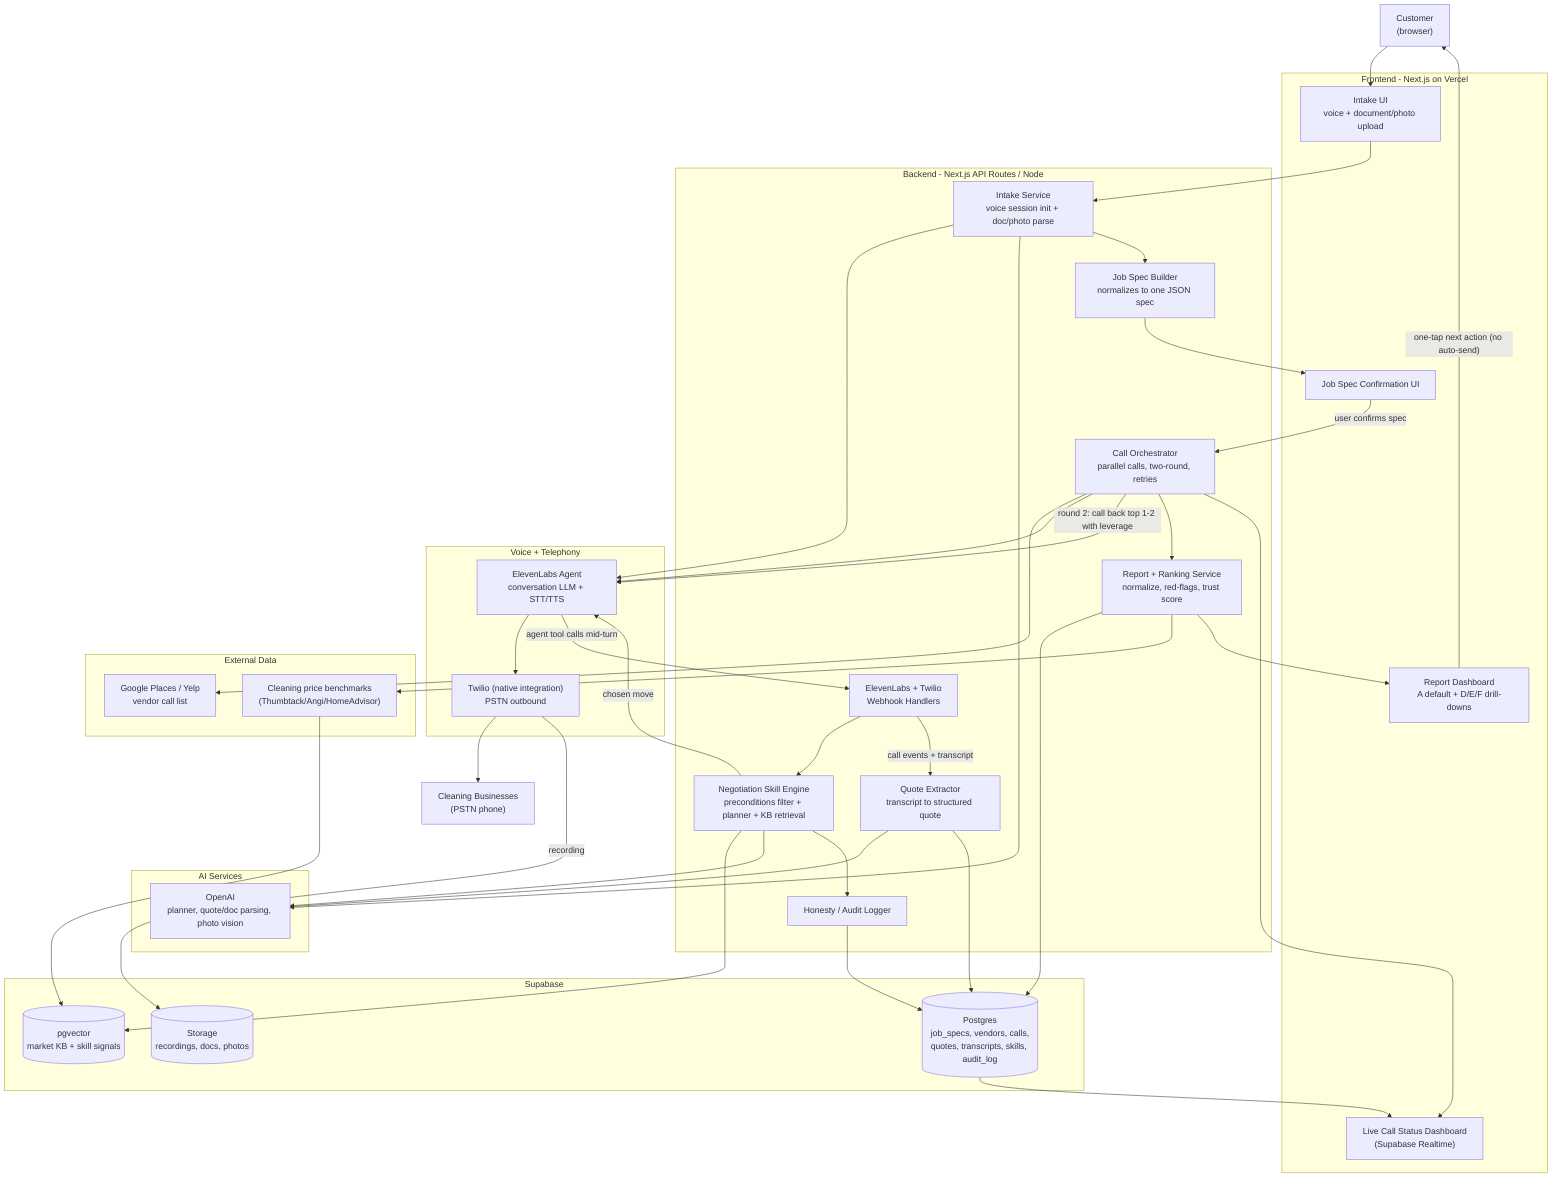
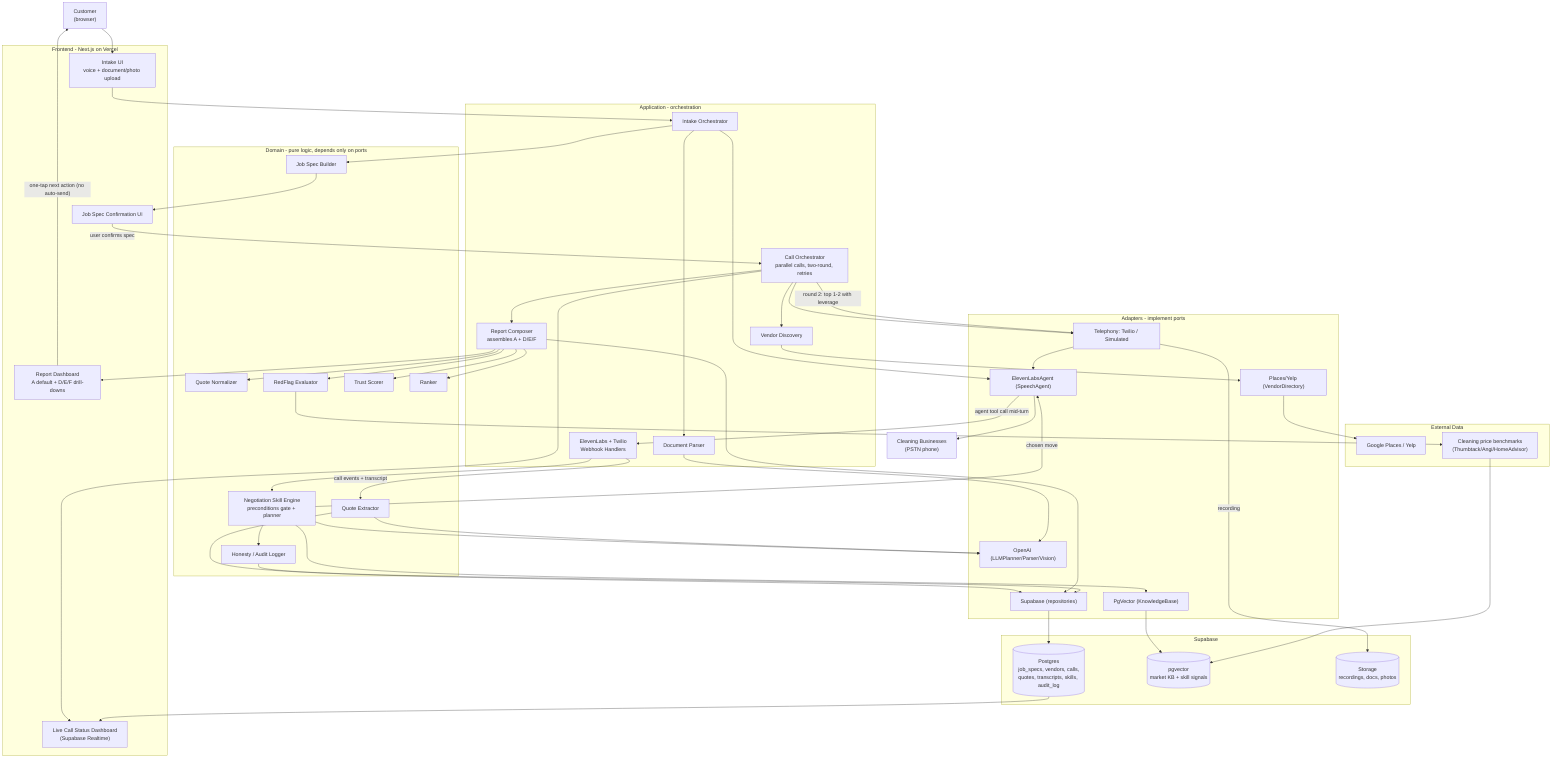
- %% The Negotiator - System Architecture (Container view)
+ %% The Negotiator - System Architecture (Runtime container view)
%% Stack: Next.js (TypeScript) on Vercel + Supabase (Postgres/pgvector/Storage)
%% Voice: ElevenLabs Agents + native Twilio integration | AI: OpenAI (planner/parsing/vision)
+ %% Design: pragmatic hexagonal - domain depends on ports; vendors are adapters (see module-dependency diagram below)

flowchart TB
    customer["Customer<br/>(browser)"]
    vendors["Cleaning Businesses<br/>(PSTN phone)"]

    subgraph frontend [Frontend - Next.js on Vercel]
        intakeUI["Intake UI<br/>voice + document/photo upload"]
        confirmUI["Job Spec Confirmation UI"]
        liveUI["Live Call Status Dashboard<br/>(Supabase Realtime)"]
        reportUI["Report Dashboard<br/>A default + D/E/F drill-downs"]
    end

-     subgraph backend [Backend - Next.js API Routes / Node]
-         intakeSvc["Intake Service<br/>voice session init + doc/photo parse"]
-         specBuilder["Job Spec Builder<br/>normalizes to one JSON spec"]
+     subgraph app [Application - orchestration]
+         intakeOrc["Intake Orchestrator"]
+         docParser["Document Parser"]
        orchestrator["Call Orchestrator<br/>parallel calls, two-round, retries"]
+         vendorDisc["Vendor Discovery"]
        webhooks["ElevenLabs + Twilio<br/>Webhook Handlers"]
-         skillEngine["Negotiation Skill Engine<br/>preconditions filter + planner + KB retrieval"]
-         quoteExtractor["Quote Extractor<br/>transcript to structured quote"]
-         reportSvc["Report + Ranking Service<br/>normalize, red-flags, trust score"]
+         composer["Report Composer<br/>assembles A + D/E/F"]
+     end
+ 
+     subgraph domain [Domain - pure logic, depends only on ports]
+         specBuilder["Job Spec Builder"]
+         skillEngine["Negotiation Skill Engine<br/>preconditions gate + planner"]
+         quoteExtractor["Quote Extractor"]
+         normalizer["Quote Normalizer"]
+         redflag["RedFlag Evaluator"]
+         trust["Trust Scorer"]
+         ranker["Ranker"]
        auditLog["Honesty / Audit Logger"]
    end

-     subgraph voice [Voice + Telephony]
-         elevenAgent["ElevenLabs Agent<br/>conversation LLM + STT/TTS"]
-         twilio["Twilio (native integration)<br/>PSTN outbound"]
-     end
- 
-     subgraph ai [AI Services]
-         openai["OpenAI<br/>planner, quote/doc parsing, photo vision"]
+     subgraph adapters [Adapters - implement ports]
+         elevenAd["ElevenLabsAgent (SpeechAgent)"]
+         telAd["Telephony: Twilio / Simulated"]
+         openaiAd["OpenAI (LLMPlanner/Parser/Vision)"]
+         pgvecAd["PgVector (KnowledgeBase)"]
+         supaAd["Supabase (repositories)"]
+         placesAd["Places/Yelp (VendorDirectory)"]
    end

    subgraph data [Supabase]
        pg[("Postgres<br/>job_specs, vendors, calls,<br/>quotes, transcripts, skills, audit_log")]
        vec[("pgvector<br/>market KB + skill signals")]
        store[("Storage<br/>recordings, docs, photos")]
    end

    subgraph external [External Data]
-         places["Google Places / Yelp<br/>vendor call list"]
+         places["Google Places / Yelp"]
        benchmarks["Cleaning price benchmarks<br/>(Thumbtack/Angi/HomeAdvisor)"]
    end

+     %% Intake
    customer --> intakeUI
-     intakeUI --> intakeSvc
-     intakeSvc --> elevenAgent
-     intakeSvc --> openai
-     intakeSvc --> specBuilder
+     intakeUI --> intakeOrc
+     intakeOrc --> elevenAd
+     intakeOrc --> docParser
+     docParser --> openaiAd
+     intakeOrc --> specBuilder
    specBuilder --> confirmUI
    confirmUI -->|"user confirms spec"| orchestrator

-     orchestrator --> places
-     orchestrator --> elevenAgent
-     elevenAgent --> twilio
-     twilio --> vendors
+     %% Calls
+     orchestrator --> vendorDisc
+     vendorDisc --> placesAd
+     placesAd --> places
+     orchestrator --> telAd
+     telAd --> elevenAd
+     elevenAd --> vendors

-     elevenAgent -->|"agent tool calls mid-turn"| webhooks
+     %% Mid-call skill loop
+     elevenAd -->|"agent tool call mid-turn"| webhooks
    webhooks --> skillEngine
-     skillEngine --> vec
-     skillEngine --> openai
+     skillEngine --> pgvecAd
+     skillEngine --> openaiAd
    skillEngine --> auditLog
-     skillEngine -->|"chosen move"| elevenAgent
+     skillEngine -->|"chosen move"| elevenAd

+     %% Quote capture
    webhooks -->|"call events + transcript"| quoteExtractor
-     quoteExtractor --> openai
-     quoteExtractor --> pg
-     twilio -->|"recording"| store
+     quoteExtractor --> openaiAd
+     quoteExtractor --> supaAd
+     telAd -->|"recording"| store

-     orchestrator -->|"round 2: call back top 1-2 with leverage"| elevenAgent
-     orchestrator --> reportSvc
-     reportSvc --> pg
-     reportSvc --> benchmarks
-     reportSvc --> reportUI
+     %% Round 2 + report
+     orchestrator -->|"round 2: top 1-2 with leverage"| telAd
+     orchestrator --> composer
+     composer --> normalizer
+     composer --> redflag
+     composer --> trust
+     composer --> ranker
+     redflag --> benchmarks
+     composer --> supaAd
+     composer --> reportUI

-     orchestrator --> liveUI
-     auditLog --> pg
+     %% Adapters to infra
+     pgvecAd --> vec
+     supaAd --> pg
    benchmarks --> vec

+     %% Realtime + outcome
+     orchestrator --> liveUI
+     auditLog --> supaAd
    pg --> liveUI
    reportUI -->|"one-tap next action (no auto-send)"| customer
+ 
+ %% ---------------------------------------------------------------------------
+ %% Module-dependency view (SOLID): dependencies point INWARD toward the domain.
+ %% Adapters and Application depend on Ports; Ports are owned by the Domain.
+ %% ---------------------------------------------------------------------------
